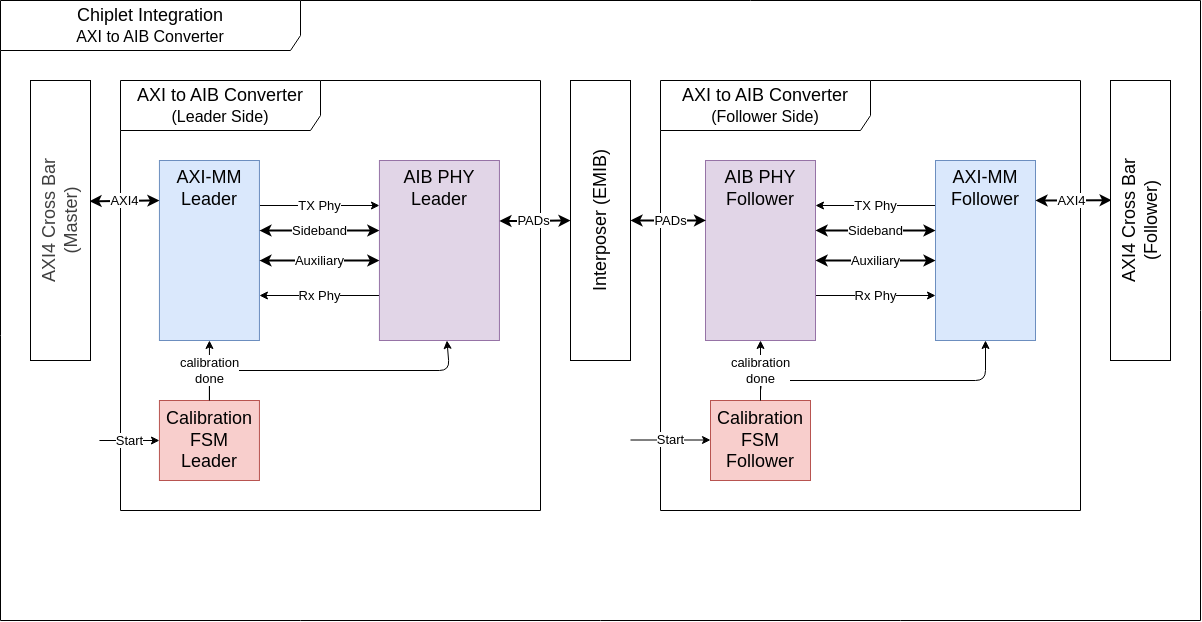
Before: docs/system_architecture_ian.png, a diagram exported from draw.io (luiseduardomendes/axi4_aib_tools). Source tidied: cells renumbered, new cells last; positions are measured from the earlier drawing's top-left corner, leaving out a move shared by most shapes. The source it was exported from:
```xml
<mxGraphModel>
  <root>
    <mxCell id="0" />
    <mxCell id="1" parent="0" />
    <mxCell id="2" value="&lt;font style=&quot;font-size: 18px;&quot;&gt;Chiplet Integration&lt;/font&gt;&lt;div&gt;&lt;font size=&quot;3&quot;&gt;AXI to AIB Converter&lt;/font&gt;&lt;/div&gt;" style="shape=umlFrame;whiteSpace=wrap;html=1;width=300;height=50;" parent="1" vertex="1">
      <mxGeometry width="1200" height="620" as="geometry" />
    </mxCell>
    <mxCell id="3" value="&lt;font style=&quot;font-size: 18px;&quot;&gt;AXI to AIB Converter&lt;/font&gt;&lt;div&gt;&lt;font size=&quot;3&quot;&gt;(Leader Side)&lt;/font&gt;&lt;/div&gt;" style="shape=umlFrame;whiteSpace=wrap;html=1;width=200;height=50;" parent="2" vertex="1">
      <mxGeometry x="120" y="80" width="420" height="430" as="geometry" />
    </mxCell>
    <mxCell id="4" style="edgeStyle=none;html=1;fontSize=13;" parent="3" edge="1">
      <mxGeometry relative="1" as="geometry">
        <mxPoint x="298.9" y="110" as="sourcePoint" />
        <mxPoint x="338.9" y="110" as="targetPoint" />
      </mxGeometry>
    </mxCell>
    <mxCell id="5" style="edgeStyle=none;html=1;horizontal=1;fontSize=13;" parent="3" edge="1" source="6" target="10">
      <mxGeometry relative="1" as="geometry">
        <Array as="points">
          <mxPoint x="88.9" y="290" />
          <mxPoint x="328.9" y="290" />
        </Array>
      </mxGeometry>
    </mxCell>
    <mxCell id="6" value="Calibration&lt;div&gt;&lt;span style=&quot;color: rgb(0, 0, 0);&quot;&gt;FSM&lt;/span&gt;&lt;/div&gt;&lt;div&gt;Leader&lt;/div&gt;" style="rounded=0;whiteSpace=wrap;html=1;fontSize=18;verticalAlign=middle;fillColor=#f8cecc;strokeColor=#b85450;horizontal=1;" parent="3" vertex="1">
      <mxGeometry x="38.9" y="320" width="100" height="80" as="geometry" />
    </mxCell>
    <mxCell id="7" value="TX Phy" style="edgeStyle=none;html=1;exitX=1;exitY=0.25;exitDx=0;exitDy=0;entryX=0;entryY=0.25;entryDx=0;entryDy=0;horizontal=1;fontSize=13;" parent="3" edge="1" source="8" target="10">
      <mxGeometry relative="1" as="geometry" />
    </mxCell>
    <mxCell id="8" value="AXI-MM&lt;div&gt;Leader&lt;/div&gt;" style="rounded=0;whiteSpace=wrap;html=1;arcSize=15;fillColor=#dae8fc;strokeColor=#6c8ebf;fontSize=18;verticalAlign=top;horizontal=1;" parent="3" vertex="1">
      <mxGeometry x="38.9" y="80" width="100" height="180" as="geometry" />
    </mxCell>
    <mxCell id="9" value="Rx Phy" style="edgeStyle=none;html=1;entryX=1;entryY=0.75;entryDx=0;entryDy=0;exitX=0;exitY=0.75;exitDx=0;exitDy=0;horizontal=1;fontSize=13;" parent="3" edge="1" source="10" target="8">
      <mxGeometry relative="1" as="geometry" />
    </mxCell>
    <mxCell id="10" value="AIB PHY&lt;div&gt;Leader&lt;/div&gt;" style="rounded=0;whiteSpace=wrap;html=1;arcSize=15;fillColor=#e1d5e7;strokeColor=#9673a6;fontSize=18;verticalAlign=top;horizontal=1;" parent="3" vertex="1">
      <mxGeometry x="258.9" y="80" width="120" height="180" as="geometry" />
    </mxCell>
    <mxCell id="11" value="AXI4" style="endArrow=classic;html=1;startArrow=classic;startFill=1;horizontal=1;strokeWidth=2;fontSize=13;exitX=1.002;exitY=0.324;exitDx=0;exitDy=0;exitPerimeter=0;" parent="3" edge="1">
      <mxGeometry relative="1" as="geometry">
        <mxPoint x="-30.9" y="120.7" as="sourcePoint" />
        <mxPoint x="38.9" y="120" as="targetPoint" />
      </mxGeometry>
    </mxCell>
    <mxCell id="12" value="Start" style="endArrow=classic;html=1;horizontal=1;fontSize=13;" parent="3" edge="1">
      <mxGeometry relative="1" as="geometry">
        <mxPoint x="-21.1" y="360" as="sourcePoint" />
        <mxPoint x="38.9" y="360" as="targetPoint" />
      </mxGeometry>
    </mxCell>
    <mxCell id="13" value="calibration&lt;div&gt;done&lt;/div&gt;" style="edgeStyle=none;html=1;labelBorderColor=none;spacingTop=0;labelBackgroundColor=default;horizontal=1;fontSize=13;" parent="3" edge="1" source="6" target="8">
      <mxGeometry relative="1" as="geometry" />
    </mxCell>
    <mxCell id="14" value="Sideband" style="endArrow=classic;startArrow=classic;html=1;exitX=0.393;exitY=0.279;exitDx=0;exitDy=0;exitPerimeter=0;strokeWidth=2;fontSize=13;" parent="3" edge="1">
      <mxGeometry relative="1" as="geometry">
        <mxPoint x="138.9" y="150.1" as="sourcePoint" />
        <mxPoint x="258.9" y="150" as="targetPoint" />
      </mxGeometry>
    </mxCell>
    <mxCell id="15" value="Auxiliary" style="endArrow=classic;startArrow=classic;html=1;exitX=0.393;exitY=0.279;exitDx=0;exitDy=0;exitPerimeter=0;strokeWidth=2;fontSize=13;" parent="3" edge="1">
      <mxGeometry relative="1" as="geometry">
        <mxPoint x="138.9" y="180.1" as="sourcePoint" />
        <mxPoint x="258.9" y="180" as="targetPoint" />
      </mxGeometry>
    </mxCell>
    <mxCell id="16" value="&lt;font style=&quot;font-size: 18px;&quot;&gt;AXI to AIB Converter&lt;/font&gt;&lt;div&gt;&lt;font size=&quot;3&quot;&gt;(Follower Side)&lt;/font&gt;&lt;/div&gt;" style="shape=umlFrame;whiteSpace=wrap;html=1;width=210;height=50;" parent="2" vertex="1">
      <mxGeometry x="660" y="80" width="420" height="430" as="geometry" />
    </mxCell>
    <mxCell id="17" style="edgeStyle=none;html=1;fontSize=13;" parent="16" edge="1">
      <mxGeometry relative="1" as="geometry">
        <mxPoint x="115" y="110" as="sourcePoint" />
        <mxPoint x="75" y="110" as="targetPoint" />
      </mxGeometry>
    </mxCell>
    <mxCell id="18" style="edgeStyle=none;html=1;" parent="16" edge="1" source="19" target="23">
      <mxGeometry relative="1" as="geometry" />
    </mxCell>
    <mxCell id="19" value="&lt;div&gt;&lt;span style=&quot;color: rgb(0, 0, 0);&quot;&gt;Calibration&lt;/span&gt;&lt;/div&gt;FSM&lt;div&gt;Follower&lt;/div&gt;" style="rounded=0;whiteSpace=wrap;html=1;fontSize=18;verticalAlign=middle;fillColor=#f8cecc;strokeColor=#b85450;horizontal=1;" parent="16" vertex="1">
      <mxGeometry x="50" y="320" width="100" height="80" as="geometry" />
    </mxCell>
    <mxCell id="20" value="TX Phy" style="edgeStyle=none;html=1;exitX=0;exitY=0.25;exitDx=0;exitDy=0;horizontal=1;entryX=1;entryY=0.25;entryDx=0;entryDy=0;fontSize=13;" parent="16" edge="1" source="21" target="23">
      <mxGeometry relative="1" as="geometry" />
    </mxCell>
    <mxCell id="21" value="AXI-MM&lt;div&gt;Follower&lt;/div&gt;" style="rounded=0;whiteSpace=wrap;html=1;arcSize=15;fillColor=#dae8fc;strokeColor=#6c8ebf;fontSize=18;verticalAlign=top;horizontal=1;" parent="16" vertex="1">
      <mxGeometry x="275" y="80" width="100" height="180" as="geometry" />
    </mxCell>
    <mxCell id="22" value="Rx Phy" style="edgeStyle=none;html=1;exitX=1;exitY=0.75;exitDx=0;exitDy=0;horizontal=1;fontSize=13;" parent="16" edge="1" source="23">
      <mxGeometry relative="1" as="geometry">
        <mxPoint x="275" y="215" as="targetPoint" />
      </mxGeometry>
    </mxCell>
    <mxCell id="23" value="AIB PHY&lt;div&gt;Follower&lt;/div&gt;" style="rounded=0;whiteSpace=wrap;html=1;arcSize=15;fillColor=#e1d5e7;strokeColor=#9673a6;fontSize=18;verticalAlign=top;horizontal=1;" parent="16" vertex="1">
      <mxGeometry x="45" y="80" width="110" height="180" as="geometry" />
    </mxCell>
    <mxCell id="24" value="AXI4" style="endArrow=classic;html=1;startArrow=classic;startFill=1;horizontal=1;strokeWidth=2;fontSize=13;exitX=0.019;exitY=0.338;exitDx=0;exitDy=0;exitPerimeter=0;" parent="16" edge="1">
      <mxGeometry relative="1" as="geometry">
        <mxPoint x="451.1" y="119.6" as="sourcePoint" />
        <mxPoint x="375" y="120" as="targetPoint" />
      </mxGeometry>
    </mxCell>
    <mxCell id="25" value="Start" style="endArrow=classic;html=1;horizontal=1;fontSize=13;" parent="16" edge="1">
      <mxGeometry relative="1" as="geometry">
        <mxPoint x="-30" y="359.5" as="sourcePoint" />
        <mxPoint x="50" y="359.5" as="targetPoint" />
      </mxGeometry>
    </mxCell>
    <mxCell id="26" value="calibration&lt;div&gt;done&lt;/div&gt;" style="edgeStyle=none;html=1;labelBorderColor=none;spacingTop=0;labelBackgroundColor=default;horizontal=1;fontSize=13;" parent="16" edge="1" source="19" target="21">
      <mxGeometry x="-0.86" y="10" relative="1" as="geometry">
        <Array as="points">
          <mxPoint x="100" y="300" />
          <mxPoint x="325" y="300" />
        </Array>
      </mxGeometry>
    </mxCell>
    <mxCell id="27" value="Sideband" style="endArrow=classic;startArrow=classic;html=1;exitX=0.393;exitY=0.279;exitDx=0;exitDy=0;exitPerimeter=0;strokeWidth=2;fontSize=13;" parent="16" edge="1">
      <mxGeometry relative="1" as="geometry">
        <mxPoint x="275" y="150.1" as="sourcePoint" />
        <mxPoint x="155.1" y="150" as="targetPoint" />
      </mxGeometry>
    </mxCell>
    <mxCell id="28" value="Auxiliary" style="endArrow=classic;startArrow=classic;html=1;exitX=0.393;exitY=0.279;exitDx=0;exitDy=0;exitPerimeter=0;strokeWidth=2;fontSize=13;" parent="16" edge="1">
      <mxGeometry relative="1" as="geometry">
        <mxPoint x="275" y="180.1" as="sourcePoint" />
        <mxPoint x="155.1" y="180" as="targetPoint" />
      </mxGeometry>
    </mxCell>
    <mxCell id="29" value="&lt;font&gt;Interposer (EMIB)&lt;/font&gt;" style="rounded=0;whiteSpace=wrap;html=1;horizontal=0;fontSize=18;" parent="2" vertex="1">
      <mxGeometry x="570" y="80" width="60" height="280" as="geometry" />
    </mxCell>
    <mxCell id="30" value="&lt;span style=&quot;color: rgb(63, 63, 63);&quot;&gt;AXI4 Cross Bar&lt;/span&gt;&lt;div&gt;&lt;span style=&quot;color: rgb(63, 63, 63);&quot;&gt;(Master)&lt;/span&gt;&lt;/div&gt;" style="rounded=0;whiteSpace=wrap;html=1;horizontal=0;fontSize=18;" parent="2" vertex="1">
      <mxGeometry x="30" y="80" width="60" height="280" as="geometry" />
    </mxCell>
    <mxCell id="31" value="&lt;font&gt;AXI4 Cross Bar&lt;br&gt;(Follower)&lt;/font&gt;" style="rounded=0;whiteSpace=wrap;html=1;horizontal=0;fontSize=18;" parent="2" vertex="1">
      <mxGeometry x="1110" y="80" width="60" height="280" as="geometry" />
    </mxCell>
    <mxCell id="32" value="PADs" style="endArrow=classic;startArrow=classic;html=1;horizontal=1;strokeWidth=2;entryX=0.005;entryY=0.333;entryDx=0;entryDy=0;exitX=1;exitY=0.5;exitDx=0;exitDy=0;fontSize=13;entryPerimeter=0;edgeStyle=orthogonalEdgeStyle;" parent="2" edge="1" source="29" target="23">
      <mxGeometry relative="1" as="geometry" />
    </mxCell>
    <mxCell id="33" value="&lt;div&gt;&lt;span style=&quot;background-color: light-dark(#ffffff, var(--ge-dark-color, #121212));&quot;&gt;PADs&lt;/span&gt;&lt;/div&gt;" style="endArrow=classic;startArrow=classic;html=1;horizontal=1;strokeWidth=2;entryX=0;entryY=0.5;entryDx=0;entryDy=0;exitX=1;exitY=0.336;exitDx=0;exitDy=0;fontSize=13;exitPerimeter=0;edgeStyle=orthogonalEdgeStyle;" parent="2" edge="1" source="10" target="29">
      <mxGeometry relative="1" as="geometry" />
    </mxCell>
  </root>
</mxGraphModel>
```
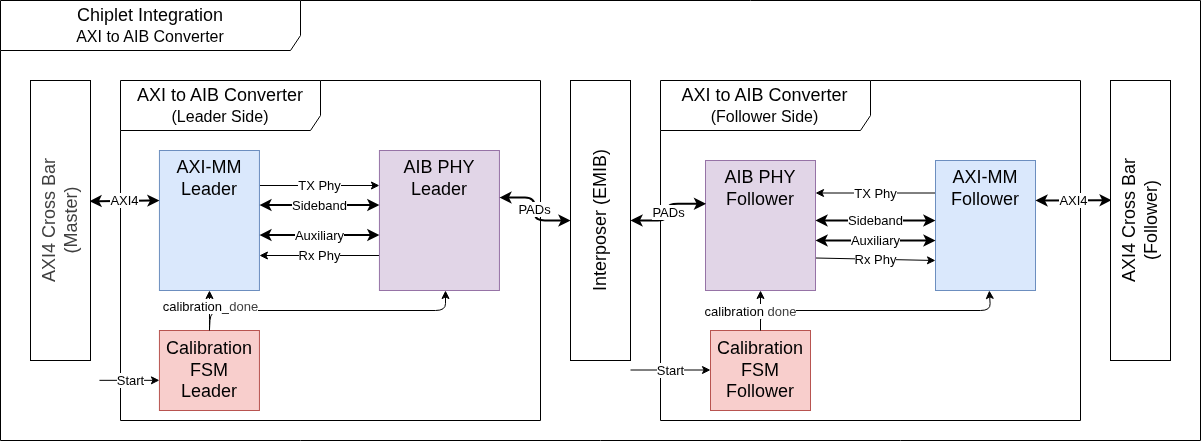
Above is the later version.

The edit, as a diff of the source:
```diff
@@ -3,10 +3,10 @@
     <mxCell id="0" />
     <mxCell id="1" parent="0" />
     <mxCell id="2" value="&lt;font style=&quot;font-size: 18px;&quot;&gt;Chiplet Integration&lt;/font&gt;&lt;div&gt;&lt;font size=&quot;3&quot;&gt;AXI to AIB Converter&lt;/font&gt;&lt;/div&gt;" style="shape=umlFrame;whiteSpace=wrap;html=1;width=300;height=50;" parent="1" vertex="1">
-      <mxGeometry width="1200" height="620" as="geometry" />
+      <mxGeometry width="1200" height="440" as="geometry" />
     </mxCell>
     <mxCell id="3" value="&lt;font style=&quot;font-size: 18px;&quot;&gt;AXI to AIB Converter&lt;/font&gt;&lt;div&gt;&lt;font size=&quot;3&quot;&gt;(Leader Side)&lt;/font&gt;&lt;/div&gt;" style="shape=umlFrame;whiteSpace=wrap;html=1;width=200;height=50;" parent="2" vertex="1">
-      <mxGeometry x="120" y="80" width="420" height="430" as="geometry" />
+      <mxGeometry x="120" y="80" width="420" height="340" as="geometry" />
     </mxCell>
     <mxCell id="4" style="edgeStyle=none;html=1;fontSize=13;" parent="3" edge="1">
       <mxGeometry relative="1" as="geometry">
@@ -14,28 +14,29 @@
         <mxPoint x="338.9" y="110" as="targetPoint" />
       </mxGeometry>
     </mxCell>
-    <mxCell id="5" style="edgeStyle=none;html=1;horizontal=1;fontSize=13;" parent="3" edge="1" source="6" target="10">
+    <mxCell id="5" style="edgeStyle=none;html=1;horizontal=1;fontSize=13;exitX=0.5;exitY=0;exitDx=0;exitDy=0;" parent="3" edge="1" source="6">
       <mxGeometry relative="1" as="geometry">
+        <mxPoint x="325" y="210" as="targetPoint" />
         <Array as="points">
-          <mxPoint x="88.9" y="290" />
-          <mxPoint x="328.9" y="290" />
+          <mxPoint x="90" y="230" />
+          <mxPoint x="325" y="230" />
         </Array>
       </mxGeometry>
     </mxCell>
     <mxCell id="6" value="Calibration&lt;div&gt;&lt;span style=&quot;color: rgb(0, 0, 0);&quot;&gt;FSM&lt;/span&gt;&lt;/div&gt;&lt;div&gt;Leader&lt;/div&gt;" style="rounded=0;whiteSpace=wrap;html=1;fontSize=18;verticalAlign=middle;fillColor=#f8cecc;strokeColor=#b85450;horizontal=1;" parent="3" vertex="1">
-      <mxGeometry x="38.9" y="320" width="100" height="80" as="geometry" />
+      <mxGeometry x="38.9" y="250" width="100" height="80" as="geometry" />
     </mxCell>
     <mxCell id="7" value="TX Phy" style="edgeStyle=none;html=1;exitX=1;exitY=0.25;exitDx=0;exitDy=0;entryX=0;entryY=0.25;entryDx=0;entryDy=0;horizontal=1;fontSize=13;" parent="3" edge="1" source="8" target="10">
       <mxGeometry relative="1" as="geometry" />
     </mxCell>
     <mxCell id="8" value="AXI-MM&lt;div&gt;Leader&lt;/div&gt;" style="rounded=0;whiteSpace=wrap;html=1;arcSize=15;fillColor=#dae8fc;strokeColor=#6c8ebf;fontSize=18;verticalAlign=top;horizontal=1;" parent="3" vertex="1">
-      <mxGeometry x="38.9" y="80" width="100" height="180" as="geometry" />
+      <mxGeometry x="38.9" y="70" width="100" height="140" as="geometry" />
     </mxCell>
     <mxCell id="9" value="Rx Phy" style="edgeStyle=none;html=1;entryX=1;entryY=0.75;entryDx=0;entryDy=0;exitX=0;exitY=0.75;exitDx=0;exitDy=0;horizontal=1;fontSize=13;" parent="3" edge="1" source="10" target="8">
       <mxGeometry relative="1" as="geometry" />
     </mxCell>
     <mxCell id="10" value="AIB PHY&lt;div&gt;Leader&lt;/div&gt;" style="rounded=0;whiteSpace=wrap;html=1;arcSize=15;fillColor=#e1d5e7;strokeColor=#9673a6;fontSize=18;verticalAlign=top;horizontal=1;" parent="3" vertex="1">
-      <mxGeometry x="258.9" y="80" width="120" height="180" as="geometry" />
+      <mxGeometry x="258.9" y="70" width="120" height="140" as="geometry" />
     </mxCell>
     <mxCell id="11" value="AXI4" style="endArrow=classic;html=1;startArrow=classic;startFill=1;horizontal=1;strokeWidth=2;fontSize=13;exitX=1.002;exitY=0.324;exitDx=0;exitDy=0;exitPerimeter=0;" parent="3" edge="1">
       <mxGeometry relative="1" as="geometry">
@@ -45,27 +46,31 @@
     </mxCell>
     <mxCell id="12" value="Start" style="endArrow=classic;html=1;horizontal=1;fontSize=13;" parent="3" edge="1">
       <mxGeometry relative="1" as="geometry">
-        <mxPoint x="-21.1" y="360" as="sourcePoint" />
-        <mxPoint x="38.9" y="360" as="targetPoint" />
+        <mxPoint x="-21.1" y="299.8" as="sourcePoint" />
+        <mxPoint x="38.9" y="299.8" as="targetPoint" />
       </mxGeometry>
     </mxCell>
-    <mxCell id="13" value="calibration&lt;div&gt;done&lt;/div&gt;" style="edgeStyle=none;html=1;labelBorderColor=none;spacingTop=0;labelBackgroundColor=default;horizontal=1;fontSize=13;" parent="3" edge="1" source="6" target="8">
-      <mxGeometry relative="1" as="geometry" />
+    <mxCell id="13" value="calibration_&lt;span style=&quot;color: rgb(63, 63, 63); background-color: light-dark(#ffffff, var(--ge-dark-color, #121212));&quot;&gt;done&lt;/span&gt;" style="edgeStyle=none;html=1;labelBorderColor=none;spacingTop=0;labelBackgroundColor=default;horizontal=1;fontSize=13;" parent="3" edge="1" source="6" target="8">
+      <mxGeometry x="0.2" y="-1" relative="1" as="geometry">
+        <Array as="points">
+          <mxPoint x="89" y="240" />
+        </Array>
+      </mxGeometry>
     </mxCell>
     <mxCell id="14" value="Sideband" style="endArrow=classic;startArrow=classic;html=1;exitX=0.393;exitY=0.279;exitDx=0;exitDy=0;exitPerimeter=0;strokeWidth=2;fontSize=13;" parent="3" edge="1">
       <mxGeometry relative="1" as="geometry">
-        <mxPoint x="138.9" y="150.1" as="sourcePoint" />
-        <mxPoint x="258.9" y="150" as="targetPoint" />
+        <mxPoint x="138.9" y="124.6" as="sourcePoint" />
+        <mxPoint x="258.9" y="124.5" as="targetPoint" />
       </mxGeometry>
     </mxCell>
     <mxCell id="15" value="Auxiliary" style="endArrow=classic;startArrow=classic;html=1;exitX=0.393;exitY=0.279;exitDx=0;exitDy=0;exitPerimeter=0;strokeWidth=2;fontSize=13;" parent="3" edge="1">
       <mxGeometry relative="1" as="geometry">
-        <mxPoint x="138.9" y="180.1" as="sourcePoint" />
-        <mxPoint x="258.9" y="180" as="targetPoint" />
+        <mxPoint x="138.9" y="154.6" as="sourcePoint" />
+        <mxPoint x="258.9" y="154.5" as="targetPoint" />
       </mxGeometry>
     </mxCell>
     <mxCell id="16" value="&lt;font style=&quot;font-size: 18px;&quot;&gt;AXI to AIB Converter&lt;/font&gt;&lt;div&gt;&lt;font size=&quot;3&quot;&gt;(Follower Side)&lt;/font&gt;&lt;/div&gt;" style="shape=umlFrame;whiteSpace=wrap;html=1;width=210;height=50;" parent="2" vertex="1">
-      <mxGeometry x="660" y="80" width="420" height="430" as="geometry" />
+      <mxGeometry x="660" y="80" width="420" height="340" as="geometry" />
     </mxCell>
     <mxCell id="17" style="edgeStyle=none;html=1;fontSize=13;" parent="16" edge="1">
       <mxGeometry relative="1" as="geometry">
@@ -77,21 +82,21 @@
       <mxGeometry relative="1" as="geometry" />
     </mxCell>
     <mxCell id="19" value="&lt;div&gt;&lt;span style=&quot;color: rgb(0, 0, 0);&quot;&gt;Calibration&lt;/span&gt;&lt;/div&gt;FSM&lt;div&gt;Follower&lt;/div&gt;" style="rounded=0;whiteSpace=wrap;html=1;fontSize=18;verticalAlign=middle;fillColor=#f8cecc;strokeColor=#b85450;horizontal=1;" parent="16" vertex="1">
-      <mxGeometry x="50" y="320" width="100" height="80" as="geometry" />
+      <mxGeometry x="50" y="250" width="100" height="80" as="geometry" />
     </mxCell>
     <mxCell id="20" value="TX Phy" style="edgeStyle=none;html=1;exitX=0;exitY=0.25;exitDx=0;exitDy=0;horizontal=1;entryX=1;entryY=0.25;entryDx=0;entryDy=0;fontSize=13;" parent="16" edge="1" source="21" target="23">
       <mxGeometry relative="1" as="geometry" />
     </mxCell>
     <mxCell id="21" value="AXI-MM&lt;div&gt;Follower&lt;/div&gt;" style="rounded=0;whiteSpace=wrap;html=1;arcSize=15;fillColor=#dae8fc;strokeColor=#6c8ebf;fontSize=18;verticalAlign=top;horizontal=1;" parent="16" vertex="1">
-      <mxGeometry x="275" y="80" width="100" height="180" as="geometry" />
+      <mxGeometry x="275" y="80" width="100" height="130" as="geometry" />
     </mxCell>
     <mxCell id="22" value="Rx Phy" style="edgeStyle=none;html=1;exitX=1;exitY=0.75;exitDx=0;exitDy=0;horizontal=1;fontSize=13;" parent="16" edge="1" source="23">
       <mxGeometry relative="1" as="geometry">
-        <mxPoint x="275" y="215" as="targetPoint" />
+        <mxPoint x="275" y="180" as="targetPoint" />
       </mxGeometry>
     </mxCell>
     <mxCell id="23" value="AIB PHY&lt;div&gt;Follower&lt;/div&gt;" style="rounded=0;whiteSpace=wrap;html=1;arcSize=15;fillColor=#e1d5e7;strokeColor=#9673a6;fontSize=18;verticalAlign=top;horizontal=1;" parent="16" vertex="1">
-      <mxGeometry x="45" y="80" width="110" height="180" as="geometry" />
+      <mxGeometry x="45" y="80" width="110" height="130" as="geometry" />
     </mxCell>
     <mxCell id="24" value="AXI4" style="endArrow=classic;html=1;startArrow=classic;startFill=1;horizontal=1;strokeWidth=2;fontSize=13;exitX=0.019;exitY=0.338;exitDx=0;exitDy=0;exitPerimeter=0;" parent="16" edge="1">
       <mxGeometry relative="1" as="geometry">
@@ -101,28 +106,28 @@
     </mxCell>
     <mxCell id="25" value="Start" style="endArrow=classic;html=1;horizontal=1;fontSize=13;" parent="16" edge="1">
       <mxGeometry relative="1" as="geometry">
-        <mxPoint x="-30" y="359.5" as="sourcePoint" />
-        <mxPoint x="50" y="359.5" as="targetPoint" />
+        <mxPoint x="-30" y="289.5" as="sourcePoint" />
+        <mxPoint x="50" y="289.5" as="targetPoint" />
       </mxGeometry>
     </mxCell>
-    <mxCell id="26" value="calibration&lt;div&gt;done&lt;/div&gt;" style="edgeStyle=none;html=1;labelBorderColor=none;spacingTop=0;labelBackgroundColor=default;horizontal=1;fontSize=13;" parent="16" edge="1" source="19" target="21">
+    <mxCell id="26" value="calibration&amp;nbsp;&lt;span style=&quot;color: rgb(63, 63, 63); background-color: light-dark(#ffffff, var(--ge-dark-color, #121212));&quot;&gt;done&lt;/span&gt;" style="edgeStyle=none;html=1;labelBorderColor=none;spacingTop=0;labelBackgroundColor=default;horizontal=1;fontSize=13;" parent="16" edge="1" source="19" target="21">
       <mxGeometry x="-0.86" y="10" relative="1" as="geometry">
         <Array as="points">
-          <mxPoint x="100" y="300" />
-          <mxPoint x="325" y="300" />
+          <mxPoint x="100" y="230" />
+          <mxPoint x="330" y="230" />
         </Array>
       </mxGeometry>
     </mxCell>
     <mxCell id="27" value="Sideband" style="endArrow=classic;startArrow=classic;html=1;exitX=0.393;exitY=0.279;exitDx=0;exitDy=0;exitPerimeter=0;strokeWidth=2;fontSize=13;" parent="16" edge="1">
       <mxGeometry relative="1" as="geometry">
-        <mxPoint x="275" y="150.1" as="sourcePoint" />
-        <mxPoint x="155.1" y="150" as="targetPoint" />
+        <mxPoint x="274.9" y="140.1" as="sourcePoint" />
+        <mxPoint x="155" y="140" as="targetPoint" />
       </mxGeometry>
     </mxCell>
     <mxCell id="28" value="Auxiliary" style="endArrow=classic;startArrow=classic;html=1;exitX=0.393;exitY=0.279;exitDx=0;exitDy=0;exitPerimeter=0;strokeWidth=2;fontSize=13;" parent="16" edge="1">
       <mxGeometry relative="1" as="geometry">
-        <mxPoint x="275" y="180.1" as="sourcePoint" />
-        <mxPoint x="155.1" y="180" as="targetPoint" />
+        <mxPoint x="275" y="160.1" as="sourcePoint" />
+        <mxPoint x="155.1" y="160" as="targetPoint" />
       </mxGeometry>
     </mxCell>
     <mxCell id="29" value="&lt;font&gt;Interposer (EMIB)&lt;/font&gt;" style="rounded=0;whiteSpace=wrap;html=1;horizontal=0;fontSize=18;" parent="2" vertex="1">
```
